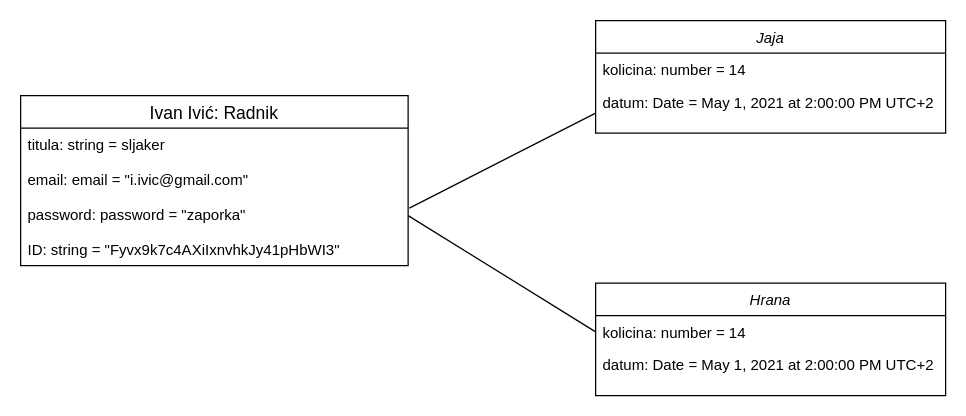
The draw.io diagram Dokumentacija/Dijagram objekta/dijagram objekta.drawio in fox1806/Kokoshinjac, before the edit. Source tidied: cells renumbered, new cells numbered last; positions are measured from the earlier drawing's top-left corner, leaving out a move shared by most shapes. Both pictures are drawn from the tidied source at 125%, with x=0, y=0 at pixel (20, 20).
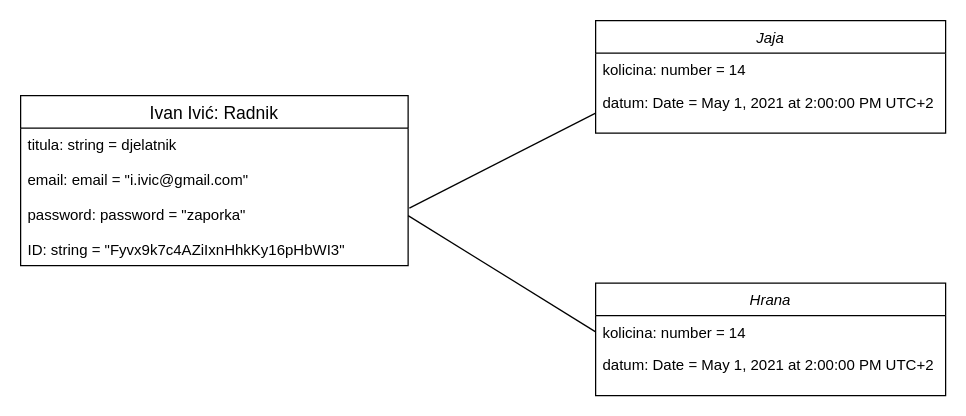
The same page after the edit.

Change to the diagram source:
```diff
@@
 <mxGraphModel>
   <root>
     <mxCell id="0" />
     <mxCell id="1" parent="0" />
     <mxCell id="2" value="Ivan Ivić: Radnik" style="swimlane;fontStyle=0;horizontal=1;startSize=26;align=center;fontSize=14;" parent="1" vertex="1">
       <mxGeometry y="60" width="310" height="136" as="geometry" />
     </mxCell>
-    <mxCell id="3" value="titula: string = sljaker" style="text;align=left;verticalAlign=top;spacingLeft=4;spacingRight=4;overflow=hidden;rounded=0;shadow=0;html=0;" parent="2" vertex="1">
+    <mxCell id="3" value="titula: string = djelatnik" style="text;align=left;verticalAlign=top;spacingLeft=4;spacingRight=4;overflow=hidden;rounded=0;shadow=0;html=0;" parent="2" vertex="1">
       <mxGeometry y="26" width="310" height="28" as="geometry" />
     </mxCell>
     <mxCell id="4" value="email: email = &quot;i.ivic@gmail.com&quot;" style="text;align=left;verticalAlign=top;spacingLeft=4;spacingRight=4;overflow=hidden;rounded=0;shadow=0;html=0;" parent="2" vertex="1">
       <mxGeometry y="54" width="310" height="28" as="geometry" />
     </mxCell>
     <mxCell id="5" value="password: password = &quot;zaporka&quot;" style="text;align=left;verticalAlign=top;spacingLeft=4;spacingRight=4;overflow=hidden;points=[[0,0.5],[1,0.5]];portConstraint=eastwest;rounded=0;shadow=0;html=0;" parent="2" vertex="1">
       <mxGeometry y="82" width="310" height="28" as="geometry" />
     </mxCell>
-    <mxCell id="6" value="ID: string = &quot;Fyvx9k7c4AXiIxnvhkJy41pHbWI3&quot;" style="text;align=left;verticalAlign=top;spacingLeft=4;spacingRight=4;overflow=hidden;" parent="2" vertex="1">
+    <mxCell id="6" value="ID: string = &quot;Fyvx9k7c4AZiIxnHhkKy16pHbWI3&quot;" style="text;align=left;verticalAlign=top;spacingLeft=4;spacingRight=4;overflow=hidden;" parent="2" vertex="1">
       <mxGeometry y="110" width="310" height="26" as="geometry" />
     </mxCell>
     <mxCell id="7" value="Jaja" style="swimlane;fontStyle=2;align=center;verticalAlign=top;horizontal=1;startSize=26;rounded=0;shadow=0;strokeWidth=1;" parent="1" vertex="1">
       <mxGeometry x="460" width="280" height="90" as="geometry" />
     </mxCell>
     <mxCell id="8" value="kolicina: number = 14" style="text;align=left;verticalAlign=top;spacingLeft=4;spacingRight=4;overflow=hidden;" parent="7" vertex="1">
       <mxGeometry y="26" width="280" height="26" as="geometry" />
     </mxCell>
     <mxCell id="9" value="datum: Date = May 1, 2021 at 2:00:00 PM UTC+2" style="text;align=left;verticalAlign=top;spacingLeft=4;spacingRight=4;overflow=hidden;points=[[0,0.5],[1,0.5]];portConstraint=eastwest;rounded=0;shadow=0;html=0;" parent="7" vertex="1">
       <mxGeometry y="52" width="280" height="26" as="geometry" />
     </mxCell>
     <mxCell id="10" value="Hrana" style="swimlane;fontStyle=2;align=center;verticalAlign=top;horizontal=1;startSize=26;rounded=0;shadow=0;strokeWidth=1;" parent="1" vertex="1">
       <mxGeometry x="460" y="210" width="280" height="90" as="geometry" />
     </mxCell>
     <mxCell id="11" value="kolicina: number = 14" style="text;align=left;verticalAlign=top;spacingLeft=4;spacingRight=4;overflow=hidden;points=[[0,0.5],[1,0.5]];portConstraint=eastwest;" parent="10" vertex="1">
       <mxGeometry y="26" width="280" height="26" as="geometry" />
     </mxCell>
     <mxCell id="12" value="datum: Date = May 1, 2021 at 2:00:00 PM UTC+2" style="text;align=left;verticalAlign=top;spacingLeft=4;spacingRight=4;overflow=hidden;rounded=0;shadow=0;html=0;" parent="10" vertex="1">
       <mxGeometry y="52" width="280" height="26" as="geometry" />
     </mxCell>
     <mxCell id="13" style="endArrow=none;html=1;rounded=0;entryX=0;entryY=0.846;entryDx=0;entryDy=0;entryPerimeter=0;exitX=1.005;exitY=0.286;exitDx=0;exitDy=0;exitPerimeter=0;" parent="1" edge="1" target="9">
       <mxGeometry relative="1" as="geometry">
         <mxPoint x="311" y="150" as="sourcePoint" />
       </mxGeometry>
     </mxCell>
     <mxCell id="14" style="endArrow=none;html=1;rounded=0;entryX=0;entryY=0.5;entryDx=0;entryDy=0;exitX=1;exitY=0.5;exitDx=0;exitDy=0;" parent="1" edge="1" source="5" target="11">
       <mxGeometry relative="1" as="geometry" />
     </mxCell>
   </root>
 </mxGraphModel>
```
